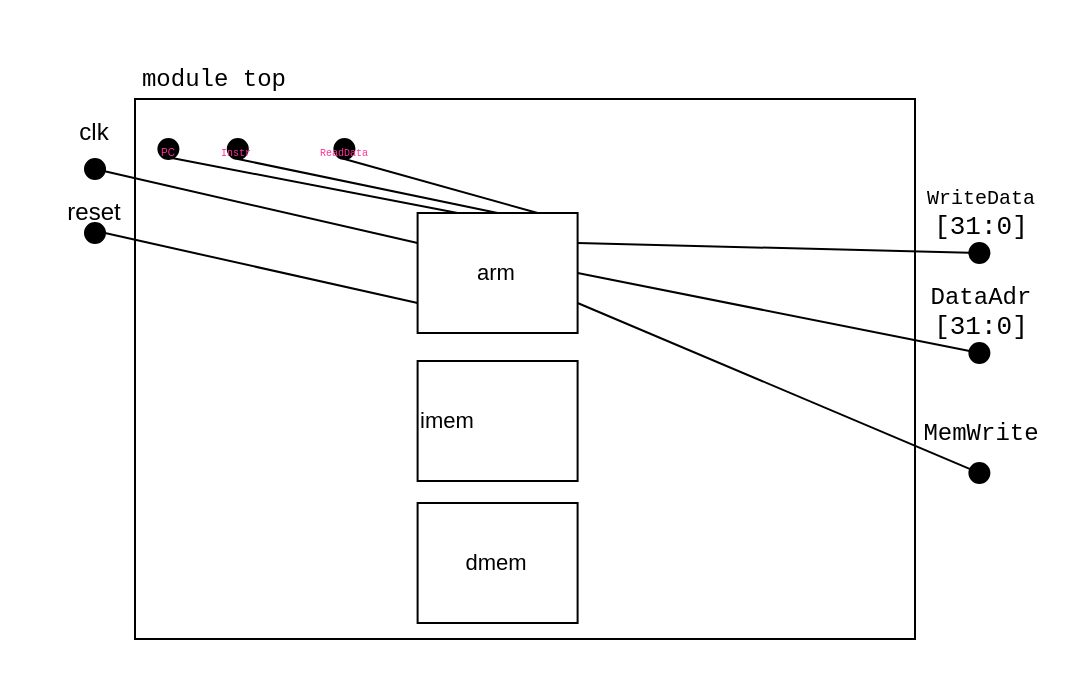
Earlier version of the draw.io diagram primeiro-desenho.drawio (JuliaRosa03/PJ8029). Source tidied: cells renumbered, new cells numbered last; positions are measured from the earlier drawing's top-left corner, leaving out a move shared by most shapes. Both pictures are drawn from the tidied source at 200%, with x=0, y=0 at pixel (34, 62).
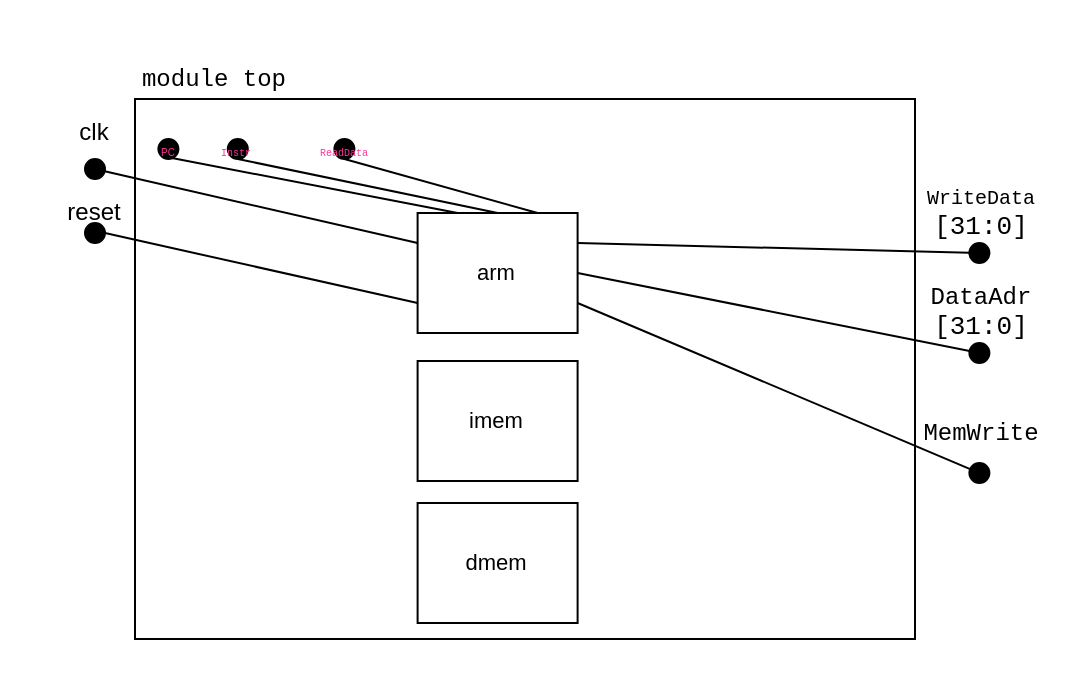
The same page after the edit.

What changed in the source:
```diff
@@
-    <mxCell id="30" value="&lt;div style=&quot;text-align: center;&quot;&gt;&lt;span style=&quot;background-color: light-dark(#ffffff, var(--ge-dark-color, #121212)); color: light-dark(rgb(0, 0, 0), rgb(255, 255, 255));&quot;&gt;imem&lt;/span&gt;&lt;/div&gt;&lt;div&gt;&lt;/div&gt;" style="rounded=0;whiteSpace=wrap;html=1;fontFamily=Helvetica;fontSize=11;fontColor=default;labelBackgroundColor=default;align=left;" parent="1" vertex="1">
+    <mxCell id="30" value="&lt;div style=&quot;&quot;&gt;&lt;span style=&quot;background-color: light-dark(#ffffff, var(--ge-dark-color, #121212)); color: light-dark(rgb(0, 0, 0), rgb(255, 255, 255));&quot;&gt;imem&lt;/span&gt;&lt;/div&gt;&lt;div&gt;&lt;/div&gt;" style="rounded=0;whiteSpace=wrap;html=1;fontFamily=Helvetica;fontSize=11;fontColor=default;labelBackgroundColor=default;align=center;" parent="1" vertex="1">
       <mxGeometry x="191.3" y="149" width="80" height="60" as="geometry" />
     </mxCell>
```
